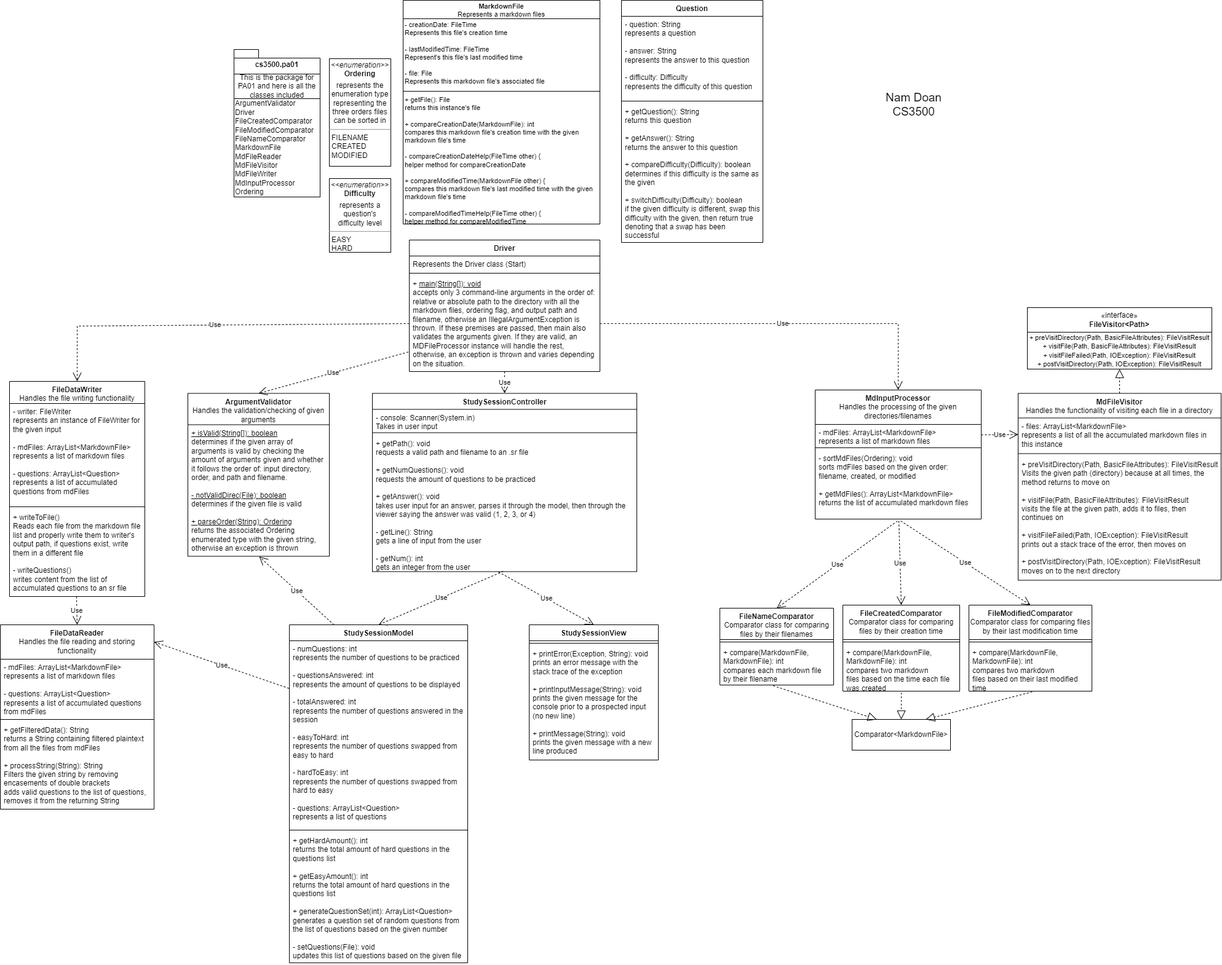
nam-doan16/CardifyStudify keeps this draw.io diagram as UML.png. Above is the earlier version. Source tidied: cells renumbered, new cells last; positions are measured from the earlier drawing's top-left corner, leaving out a move shared by most shapes.
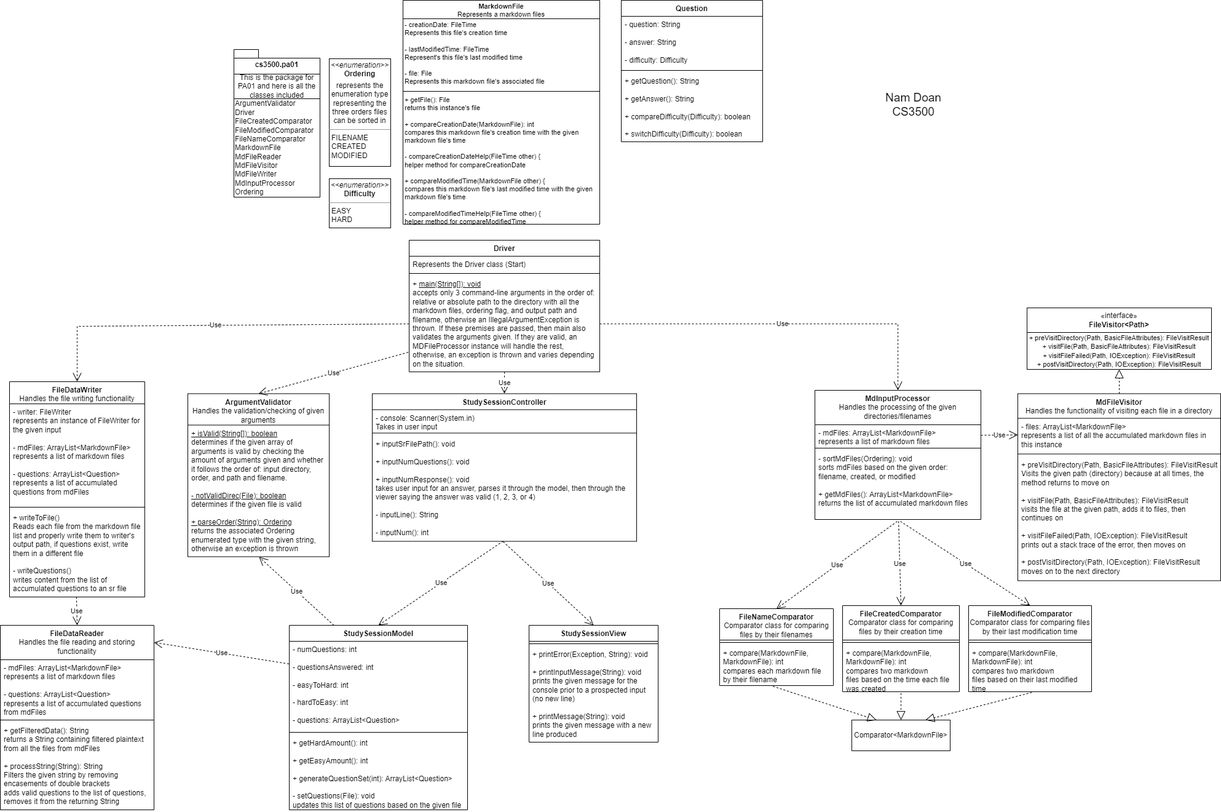
Above is the later version.

Commit message:
Updated UML w/o purpose statements in every field, method (self identifying)

Diff of the diagram source:
```diff
@@ -175,28 +175,28 @@
       <mxGeometry x="1430" y="140" width="110" height="60" as="geometry" />
     </mxCell>
     <mxCell id="56" value="StudySessionModel" style="swimlane;fontStyle=1;align=center;verticalAlign=top;horizontal=1;startSize=26;whiteSpace=wrap;html=1;" parent="1" vertex="1">
-      <mxGeometry x="470" y="1016" width="290" height="550" as="geometry" />
+      <mxGeometry x="470" y="1016" width="290" height="300" as="geometry" />
     </mxCell>
-    <mxCell id="57" value="- numQuestions: int&lt;br&gt;represents the number of questions to be practiced&lt;br&gt;&lt;br&gt;- questionsAnswered: int&lt;br&gt;represents the amount of questions to be displayed&lt;br&gt;&lt;br&gt;- totalAnswered: int&lt;br&gt;represents the number of questions answered in the session&lt;br&gt;&lt;br&gt;- easyToHard: int&lt;br&gt;represents the number of questions swapped from easy to hard&lt;br&gt;&lt;br&gt;- hardToEasy: int&lt;br&gt;represents the number of questions swapped from hard to easy&lt;br&gt;&lt;br&gt;- questions: ArrayList&amp;lt;Question&amp;gt;&lt;br&gt;represents a list of questions&lt;br&gt;&amp;nbsp;" style="text;strokeColor=none;fillColor=none;align=left;verticalAlign=top;spacingLeft=4;spacingRight=4;overflow=hidden;points=[[0,0.5],[1,0.5]];portConstraint=eastwest;whiteSpace=wrap;html=1;" parent="56" vertex="1">
-      <mxGeometry y="26" width="290" height="304" as="geometry" />
+    <mxCell id="57" value="- numQuestions: int&lt;br&gt;&lt;br&gt;- questionsAnswered: int&lt;br&gt;&lt;br&gt;- easyToHard: int&lt;br&gt;&lt;br&gt;- hardToEasy: int&lt;br&gt;&lt;br&gt;- questions: ArrayList&amp;lt;Question&amp;gt;&lt;br&gt;&amp;nbsp;" style="text;strokeColor=none;fillColor=none;align=left;verticalAlign=top;spacingLeft=4;spacingRight=4;overflow=hidden;points=[[0,0.5],[1,0.5]];portConstraint=eastwest;whiteSpace=wrap;html=1;" parent="56" vertex="1">
+      <mxGeometry y="26" width="290" height="144" as="geometry" />
     </mxCell>
     <mxCell id="58" style="line;strokeWidth=1;fillColor=none;align=left;verticalAlign=middle;spacingTop=-1;spacingLeft=3;spacingRight=3;labelPosition=right;strokeColor=inherit;" parent="56" vertex="1">
-      <mxGeometry y="330" width="290" height="8" as="geometry" />
+      <mxGeometry y="170" width="290" height="8" as="geometry" />
     </mxCell>
-    <mxCell id="59" value="+ getHardAmount(): int&lt;br&gt;returns the total amount of hard questions in the questions list&lt;br&gt;&lt;br&gt;+ getEasyAmount(): int&lt;br&gt;returns the total amount of hard questions in the questions list&lt;br&gt;&lt;br&gt;+ generateQuestionSet(int): ArrayList&amp;lt;Question&amp;gt;&lt;br&gt;generates a question set of random questions from the list of questions based on the given number&lt;br&gt;&lt;br&gt;- setQuestions(File): void&lt;br&gt;updates this list of questions based on the given file&lt;br&gt;" style="text;strokeColor=none;fillColor=none;align=left;verticalAlign=top;spacingLeft=4;spacingRight=4;overflow=hidden;whiteSpace=wrap;html=1;" parent="56" vertex="1">
-      <mxGeometry y="338" width="290" height="212" as="geometry" />
+    <mxCell id="59" value="+ getHardAmount(): int&lt;br&gt;&lt;br&gt;+ getEasyAmount(): int&lt;br&gt;&lt;br&gt;+ generateQuestionSet(int): ArrayList&amp;lt;Question&amp;gt;&lt;br&gt;&lt;br&gt;- setQuestions(File): void&lt;br&gt;updates this list of questions based on the given file" style="text;strokeColor=none;fillColor=none;align=left;verticalAlign=top;spacingLeft=4;spacingRight=4;overflow=hidden;whiteSpace=wrap;html=1;" parent="56" vertex="1">
+      <mxGeometry y="178" width="290" height="122" as="geometry" />
     </mxCell>
     <mxCell id="60" value="StudySessionView" style="swimlane;fontStyle=1;align=center;verticalAlign=top;horizontal=1;startSize=26;whiteSpace=wrap;html=1;" parent="1" vertex="1">
-      <mxGeometry x="860" y="1016" width="210" height="220" as="geometry" />
+      <mxGeometry x="860" y="1016" width="210" height="190" as="geometry" />
     </mxCell>
     <mxCell id="61" style="line;strokeWidth=1;fillColor=none;align=left;verticalAlign=middle;spacingTop=-1;spacingLeft=3;spacingRight=3;labelPosition=right;strokeColor=inherit;" parent="60" vertex="1">
       <mxGeometry y="26" width="210" height="8" as="geometry" />
     </mxCell>
-    <mxCell id="62" value="+ printError(Exception, String): void&lt;br&gt;prints an error message with the stack trace of the exception&lt;br&gt;&lt;br&gt;+ printInputMessage(String): void&lt;br&gt;prints the given message for the console prior to a prospected input (no new line)&lt;br&gt;&lt;br&gt;+ printMessage(String): void&lt;br&gt;prints the given message with a new line produced" style="text;strokeColor=none;fillColor=none;align=left;verticalAlign=top;spacingLeft=4;spacingRight=4;overflow=hidden;whiteSpace=wrap;html=1;" parent="60" vertex="1">
-      <mxGeometry y="34" width="210" height="186" as="geometry" />
+    <mxCell id="62" value="+ printError(Exception, String): void&lt;br&gt;&lt;br&gt;+ printInputMessage(String): void&lt;br&gt;prints the given message for the console prior to a prospected input (no new line)&lt;br&gt;&lt;br&gt;+ printMessage(String): void&lt;br&gt;prints the given message with a new line produced" style="text;strokeColor=none;fillColor=none;align=left;verticalAlign=top;spacingLeft=4;spacingRight=4;overflow=hidden;whiteSpace=wrap;html=1;" parent="60" vertex="1">
+      <mxGeometry y="34" width="210" height="156" as="geometry" />
     </mxCell>
     <mxCell id="63" value="StudySessionController" style="swimlane;fontStyle=1;align=center;verticalAlign=top;horizontal=1;startSize=26;whiteSpace=wrap;html=1;" parent="1" vertex="1">
-      <mxGeometry x="605" y="639.5" width="430" height="290" as="geometry" />
+      <mxGeometry x="605" y="639.5" width="430" height="240" as="geometry" />
     </mxCell>
     <mxCell id="64" value="- console: Scanner(System.in)&lt;br&gt;Takes in user input" style="text;strokeColor=none;fillColor=none;align=left;verticalAlign=top;spacingLeft=4;spacingRight=4;overflow=hidden;whiteSpace=wrap;html=1;" parent="63" vertex="1">
       <mxGeometry y="26" width="430" height="34" as="geometry" />
@@ -204,23 +204,23 @@
     <mxCell id="65" style="line;strokeWidth=1;fillColor=none;align=left;verticalAlign=middle;spacingTop=-1;spacingLeft=3;spacingRight=3;labelPosition=right;strokeColor=inherit;" parent="63" vertex="1">
       <mxGeometry y="60" width="430" height="8" as="geometry" />
     </mxCell>
-    <mxCell id="66" value="+ getPath(): void&lt;br&gt;requests a valid path and filename to an .sr file&lt;br&gt;&lt;br&gt;+ getNumQuestions(): void&lt;br&gt;requests the amount of questions to be practiced&lt;br&gt;&lt;br&gt;+ getAnswer(): void&lt;br&gt;takes user input for an answer, parses it through the model, then through the viewer saying the answer was valid (1, 2, 3, or 4)&lt;br&gt;&lt;br&gt;- getLine(): String&lt;br&gt;gets a line of input from the user&lt;br&gt;&lt;br&gt;- getNum(): int&lt;br&gt;gets an integer from the user" style="text;strokeColor=none;fillColor=none;align=left;verticalAlign=top;spacingLeft=4;spacingRight=4;overflow=hidden;points=[[0,0.5],[1,0.5]];portConstraint=eastwest;whiteSpace=wrap;html=1;" parent="63" vertex="1">
-      <mxGeometry y="68" width="430" height="222" as="geometry" />
+    <mxCell id="66" value="+ inputSrFilePath(): void&lt;br&gt;&lt;br&gt;+ inputNumQuestions(): void&lt;br&gt;&lt;br&gt;+ inputNumResponse(): void&lt;br&gt;takes user input for an answer, parses it through the model, then through the viewer saying the answer was valid (1, 2, 3, or 4)&lt;br&gt;&lt;br&gt;- inputLine(): String&lt;br&gt;&lt;br&gt;- inputNum(): int" style="text;strokeColor=none;fillColor=none;align=left;verticalAlign=top;spacingLeft=4;spacingRight=4;overflow=hidden;points=[[0,0.5],[1,0.5]];portConstraint=eastwest;whiteSpace=wrap;html=1;" parent="63" vertex="1">
+      <mxGeometry y="68" width="430" height="172" as="geometry" />
     </mxCell>
-    <mxCell id="67" value="&lt;p style=&quot;margin:0px;margin-top:4px;text-align:center;&quot;&gt;&lt;i&gt;&amp;lt;&amp;lt;enumeration&amp;gt;&amp;gt;&lt;/i&gt;&lt;br&gt;&lt;b&gt;Difficulty&lt;/b&gt;&lt;/p&gt;&lt;p style=&quot;margin:0px;margin-top:4px;text-align:center;&quot;&gt;represents a question's difficulty level&lt;/p&gt;&lt;hr size=&quot;1&quot;&gt;&lt;p style=&quot;margin:0px;margin-left:4px;&quot;&gt;EASY&lt;/p&gt;&lt;p style=&quot;margin:0px;margin-left:4px;&quot;&gt;HARD&lt;/p&gt;&lt;p style=&quot;margin:0px;margin-left:4px;&quot;&gt;&lt;br&gt;&lt;/p&gt;" style="verticalAlign=top;align=left;overflow=fill;fontSize=12;fontFamily=Helvetica;html=1;whiteSpace=wrap;" parent="1" vertex="1">
-      <mxGeometry x="535" y="290" width="100" height="120" as="geometry" />
+    <mxCell id="67" value="&lt;p style=&quot;margin:0px;margin-top:4px;text-align:center;&quot;&gt;&lt;i&gt;&amp;lt;&amp;lt;enumeration&amp;gt;&amp;gt;&lt;/i&gt;&lt;br&gt;&lt;b&gt;Difficulty&lt;/b&gt;&lt;/p&gt;&lt;hr size=&quot;1&quot;&gt;&lt;p style=&quot;margin:0px;margin-left:4px;&quot;&gt;EASY&lt;/p&gt;&lt;p style=&quot;margin:0px;margin-left:4px;&quot;&gt;HARD&lt;/p&gt;&lt;p style=&quot;margin:0px;margin-left:4px;&quot;&gt;&lt;br&gt;&lt;/p&gt;" style="verticalAlign=top;align=left;overflow=fill;fontSize=12;fontFamily=Helvetica;html=1;whiteSpace=wrap;" parent="1" vertex="1">
+      <mxGeometry x="535" y="290" width="100" height="80" as="geometry" />
     </mxCell>
     <mxCell id="68" value="Question" style="swimlane;fontStyle=1;align=center;verticalAlign=top;horizontal=1;startSize=26;whiteSpace=wrap;html=1;" parent="1" vertex="1">
-      <mxGeometry x="1010" width="230" height="394" as="geometry" />
+      <mxGeometry x="1010" width="230" height="230" as="geometry" />
     </mxCell>
-    <mxCell id="69" value="- question: String&lt;br&gt;represents a question&lt;br&gt;&lt;br&gt;- answer: String&lt;br&gt;represents the answer to this question&lt;br&gt;&lt;br&gt;- difficulty: Difficulty&lt;br&gt;represents the difficulty of this question" style="text;strokeColor=none;fillColor=none;align=left;verticalAlign=top;spacingLeft=4;spacingRight=4;overflow=hidden;whiteSpace=wrap;html=1;" parent="68" vertex="1">
-      <mxGeometry y="26" width="230" height="134" as="geometry" />
+    <mxCell id="69" value="- question: String&lt;br&gt;&lt;br&gt;- answer: String&lt;br&gt;&lt;br&gt;- difficulty: Difficulty" style="text;strokeColor=none;fillColor=none;align=left;verticalAlign=top;spacingLeft=4;spacingRight=4;overflow=hidden;whiteSpace=wrap;html=1;" parent="68" vertex="1">
+      <mxGeometry y="26" width="230" height="84" as="geometry" />
     </mxCell>
     <mxCell id="70" style="line;strokeWidth=1;fillColor=none;align=left;verticalAlign=middle;spacingTop=-1;spacingLeft=3;spacingRight=3;labelPosition=right;strokeColor=inherit;" parent="68" vertex="1">
-      <mxGeometry y="160" width="230" height="8" as="geometry" />
+      <mxGeometry y="110" width="230" height="8" as="geometry" />
     </mxCell>
-    <mxCell id="71" value="+ getQuestion(): String&lt;br&gt;returns this question&lt;br&gt;&lt;br&gt;+ getAnswer(): String&lt;br&gt;returns the answer to this question&lt;br&gt;&lt;br&gt;+ compareDifficulty(Difficulty): boolean&lt;br&gt;determines if this difficulty is the same as the given&lt;br&gt;&lt;br&gt;+ switchDifficulty(Difficulty): boolean&lt;br&gt;if the given difficulty is different, swap this difficulty with the given, then return true denoting that a swap has been successful" style="text;strokeColor=none;fillColor=none;align=left;verticalAlign=top;spacingLeft=4;spacingRight=4;overflow=hidden;whiteSpace=wrap;html=1;" parent="68" vertex="1">
-      <mxGeometry y="168" width="230" height="226" as="geometry" />
+    <mxCell id="71" value="+ getQuestion(): String&lt;br&gt;&lt;br&gt;+ getAnswer(): String&lt;br&gt;&lt;br&gt;+ compareDifficulty(Difficulty): boolean&lt;br&gt;&lt;br&gt;+ switchDifficulty(Difficulty): boolean" style="text;strokeColor=none;fillColor=none;align=left;verticalAlign=top;spacingLeft=4;spacingRight=4;overflow=hidden;whiteSpace=wrap;html=1;" parent="68" vertex="1">
+      <mxGeometry y="118" width="230" height="112" as="geometry" />
     </mxCell>
     <mxCell id="72" value="Use" style="endArrow=open;endSize=12;dashed=1;html=1;rounded=0;exitX=-0.002;exitY=0.255;exitDx=0;exitDy=0;exitPerimeter=0;entryX=1;entryY=0.093;entryDx=0;entryDy=0;entryPerimeter=0;" parent="1" edge="1" source="57" target="43">
       <mxGeometry relative="1" as="geometry" />
@@ -237,10 +237,8 @@
     <mxCell id="76" value="Use" style="endArrow=open;endSize=12;dashed=1;html=1;rounded=0;entryX=0.5;entryY=0;entryDx=0;entryDy=0;exitX=0.495;exitY=0.998;exitDx=0;exitDy=0;exitPerimeter=0;" parent="1" edge="1" source="66" target="56">
       <mxGeometry relative="1" as="geometry" />
     </mxCell>
-    <mxCell id="77" value="Use" style="endArrow=open;endSize=12;dashed=1;html=1;rounded=0;entryX=0.5;entryY=0;entryDx=0;entryDy=0;" parent="1" edge="1" target="60">
-      <mxGeometry relative="1" as="geometry">
-        <mxPoint x="810" y="930" as="sourcePoint" />
-      </mxGeometry>
+    <mxCell id="77" value="Use" style="endArrow=open;endSize=12;dashed=1;html=1;rounded=0;entryX=0.5;entryY=0;entryDx=0;entryDy=0;exitX=0.495;exitY=1.003;exitDx=0;exitDy=0;exitPerimeter=0;" parent="1" edge="1" source="66" target="60">
+      <mxGeometry relative="1" as="geometry" />
     </mxCell>
   </root>
 </mxGraphModel>
```
